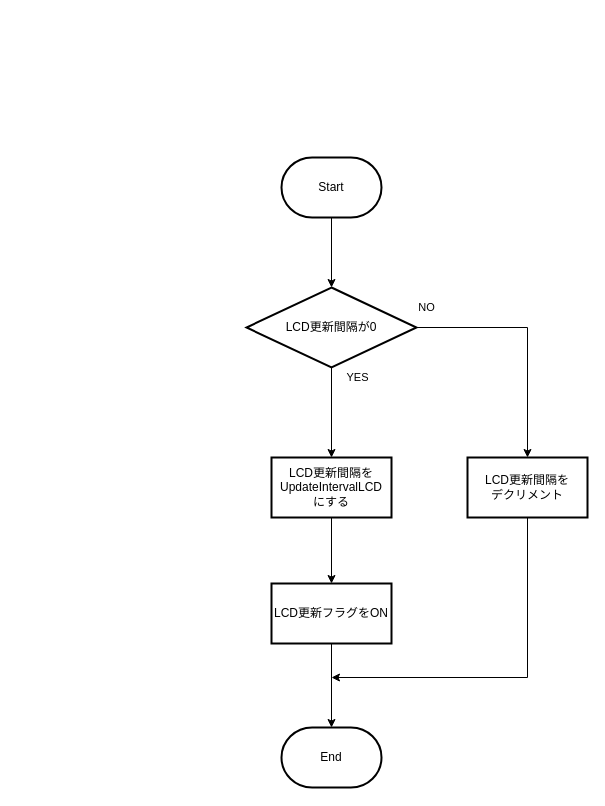
Earlier version of the draw.io diagram page "LCD更新判定" (4 of 7) of 資料/設計書/フローチャート/モグラ叩き_フローチャート_ゲーム中.drawio (hakohumi/comp.train.whack-a-mole). Source tidied: cells renumbered, new cells numbered last; positions are measured from the earlier drawing's top-left corner, leaving out a move shared by most shapes. Both pictures are drawn from the tidied source at 100%, with x=0, y=0 at pixel (246, 157).
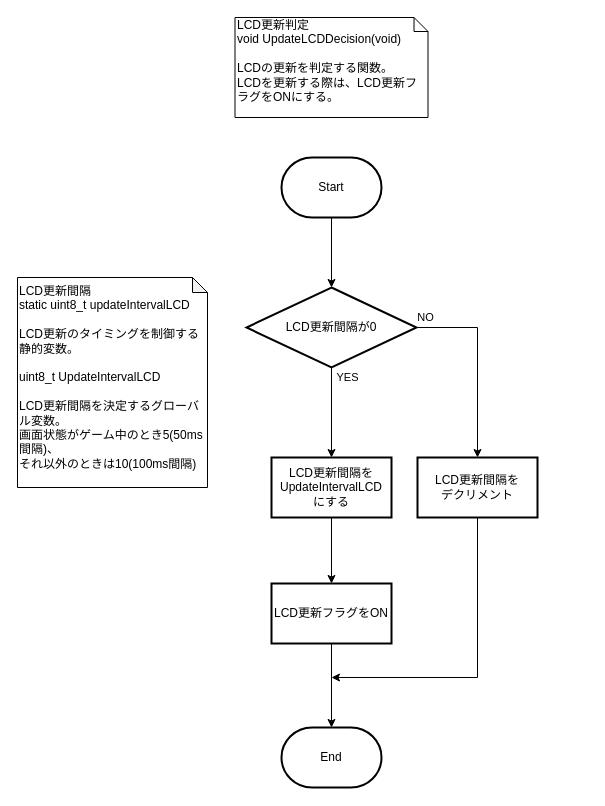
After the change.

Change to the diagram source:
```diff
@@
 <mxGraphModel>
   <root>
     <mxCell id="0" />
     <mxCell id="1" parent="0" />
     <mxCell id="2" style="edgeStyle=orthogonalEdgeStyle;rounded=0;jettySize=auto;html=1;entryX=0.5;entryY=0;entryDx=0;entryDy=0;" parent="1" edge="1" source="3" target="6">
       <mxGeometry relative="1" as="geometry" />
     </mxCell>
     <mxCell id="3" value="Start" style="strokeWidth=2;html=1;shape=mxgraph.flowchart.terminator;whiteSpace=wrap;" parent="1" vertex="1">
       <mxGeometry x="35" width="100" height="60" as="geometry" />
     </mxCell>
     <mxCell id="4" value="YES" style="edgeStyle=orthogonalEdgeStyle;rounded=0;jettySize=auto;html=1;" parent="1" edge="1" source="6" target="8">
-      <mxGeometry x="-0.78" y="26" relative="1" as="geometry" />
+      <mxGeometry x="-0.78" y="16" relative="1" as="geometry" />
     </mxCell>
     <mxCell id="5" value="NO" style="edgeStyle=orthogonalEdgeStyle;rounded=0;jettySize=auto;html=1;" parent="1" edge="1" source="6" target="12">
-      <mxGeometry x="-0.91" y="20" relative="1" as="geometry">
-        <mxPoint x="-1" as="offset" />
-      </mxGeometry>
+      <mxGeometry x="-0.91" y="10" relative="1" as="geometry" />
     </mxCell>
     <mxCell id="6" value="LCD更新間隔が0" style="rhombus;whiteSpace=wrap;html=1;strokeWidth=2;" parent="1" vertex="1">
       <mxGeometry y="130" width="170" height="80" as="geometry" />
     </mxCell>
     <mxCell id="7" style="edgeStyle=orthogonalEdgeStyle;rounded=0;jettySize=auto;html=1;" parent="1" edge="1" source="8" target="10">
       <mxGeometry relative="1" as="geometry" />
     </mxCell>
     <mxCell id="8" value="LCD更新間隔を&lt;br&gt;UpdateIntervalLCD&lt;br&gt;にする" style="whiteSpace=wrap;html=1;strokeWidth=2;" parent="1" vertex="1">
       <mxGeometry x="25" y="300" width="120" height="60" as="geometry" />
     </mxCell>
     <mxCell id="9" style="edgeStyle=orthogonalEdgeStyle;rounded=0;jettySize=auto;html=1;" parent="1" edge="1" source="10" target="13">
       <mxGeometry relative="1" as="geometry" />
     </mxCell>
     <mxCell id="10" value="LCD更新フラグをON" style="whiteSpace=wrap;html=1;strokeWidth=2;" parent="1" vertex="1">
       <mxGeometry x="25" y="426" width="120" height="60" as="geometry" />
     </mxCell>
     <mxCell id="11" style="edgeStyle=orthogonalEdgeStyle;rounded=0;jettySize=auto;html=1;exitX=0.5;exitY=1;exitDx=0;exitDy=0;" parent="1" edge="1" source="12">
       <mxGeometry relative="1" as="geometry">
         <mxPoint x="85" y="520" as="targetPoint" />
         <Array as="points">
-          <mxPoint x="281" y="520" />
-          <mxPoint x="85" y="520" />
+          <mxPoint x="231" y="520" />
         </Array>
       </mxGeometry>
     </mxCell>
     <mxCell id="12" value="LCD更新間隔を&lt;br&gt;デクリメント" style="whiteSpace=wrap;html=1;strokeWidth=2;" parent="1" vertex="1">
-      <mxGeometry x="221" y="300" width="120" height="60" as="geometry" />
+      <mxGeometry x="171" y="300" width="120" height="60" as="geometry" />
     </mxCell>
     <mxCell id="13" value="End" style="strokeWidth=2;html=1;shape=mxgraph.flowchart.terminator;whiteSpace=wrap;" parent="1" vertex="1">
       <mxGeometry x="35" y="570" width="100" height="60" as="geometry" />
     </mxCell>
+    <mxCell id="14" value="LCD更新間隔&lt;br&gt;static uint8_t updateIntervalLCD&lt;br&gt;&lt;br&gt;LCD更新のタイミングを制御する静的変数。&lt;br&gt;&lt;br&gt;uint8_t UpdateIntervalLCD&lt;br&gt;&lt;br&gt;LCD更新間隔を決定するグローバル変数。&lt;br&gt;画面状態がゲーム中のとき5(50ms間隔)、&lt;br&gt;それ以外のときは10(100ms間隔)" style="shape=note;whiteSpace=wrap;html=1;backgroundOutline=1;darkOpacity=0.05;align=left;size=15;verticalAlign=top;" parent="1" vertex="1">
+      <mxGeometry x="-229" y="120" width="190" height="210" as="geometry" />
+    </mxCell>
+    <mxCell id="15" value="LCD更新判定&lt;br&gt;void UpdateLCDDecision(void)&lt;br&gt;&lt;br&gt;LCDの更新を判定する関数。&lt;br&gt;LCDを更新する際は、LCD更新フラグをONにする。" style="shape=note;whiteSpace=wrap;html=1;size=14;verticalAlign=top;align=left;spacingTop=-6;" parent="1" vertex="1">
+      <mxGeometry x="-11.5" y="-140" width="193" height="100" as="geometry" />
+    </mxCell>
   </root>
 </mxGraphModel>
```
